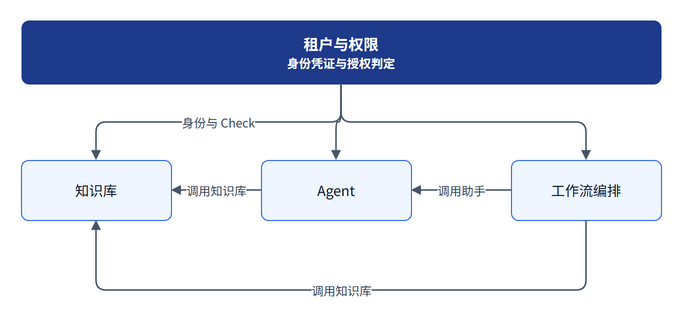
Earlier version of the draw.io export Bisheng-platform/服务依赖方向.png (LunaticPum/platform). Source tidied: cells renumbered, new cells last; positions are measured from the earlier drawing's top-left corner, leaving out a move shared by most shapes.
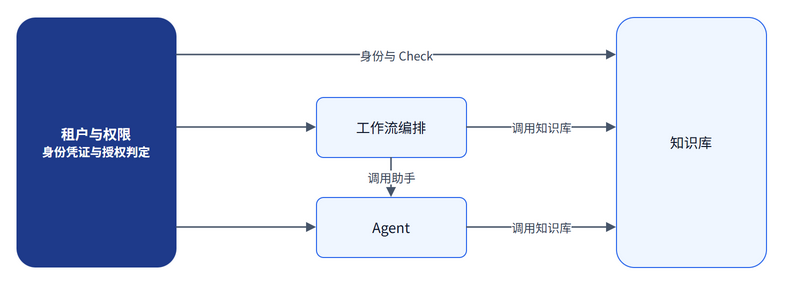
After the commit.

Diff of the diagram source:
```diff
@@ -2,40 +2,35 @@
   <root>
     <mxCell id="0" />
     <mxCell id="1" parent="0" />
-    <mxCell id="2" value="租户与权限&lt;br&gt;&lt;font style=&quot;font-size:12px&quot;&gt;身份凭证与授权判定&lt;/font&gt;" style="rounded=1;arcSize=12;whiteSpace=wrap;html=1;fillColor=#1E3A8A;strokeColor=none;fontColor=#FFFFFF;fontSize=15;fontStyle=1;fontFamily=Inter;fontSource=https%3A%2F%2Ffonts.googleapis.com%2Fcss%3Ffamily%3DInter;" parent="1" vertex="1">
-      <mxGeometry width="640" height="64" as="geometry" />
+    <mxCell id="2" value="租户与权限&lt;br&gt;&lt;font style=&quot;font-size:12px&quot;&gt;身份凭证与授权判定&lt;/font&gt;" style="rounded=1;arcSize=12;whiteSpace=wrap;html=1;fillColor=#1E3A8A;strokeColor=none;fontColor=#FFFFFF;fontSize=14;fontStyle=1;fontFamily=Inter;fontSource=https%3A%2F%2Ffonts.googleapis.com%2Fcss%3Ffamily%3DInter;" parent="1" vertex="1">
+      <mxGeometry width="160" height="250" as="geometry" />
     </mxCell>
+    <mxCell id="5" value="工作流编排" style="rounded=1;arcSize=12;whiteSpace=wrap;html=1;fillColor=#EFF6FF;strokeColor=#2563EB;fontColor=#0F172A;fontSize=14;fontFamily=Inter;fontSource=https%3A%2F%2Ffonts.googleapis.com%2Fcss%3Ffamily%3DInter;" parent="1" vertex="1">
+      <mxGeometry x="300" y="80" width="150" height="60" as="geometry" />
+    </mxCell>
+    <mxCell id="4" value="Agent" style="rounded=1;arcSize=12;whiteSpace=wrap;html=1;fillColor=#EFF6FF;strokeColor=#2563EB;fontColor=#0F172A;fontSize=14;fontFamily=Inter;fontSource=https%3A%2F%2Ffonts.googleapis.com%2Fcss%3Ffamily%3DInter;" parent="1" vertex="1">
+      <mxGeometry x="300" y="180" width="150" height="60" as="geometry" />
+    </mxCell>
     <mxCell id="3" value="知识库" style="rounded=1;arcSize=12;whiteSpace=wrap;html=1;fillColor=#EFF6FF;strokeColor=#2563EB;fontColor=#0F172A;fontSize=14;fontFamily=Inter;fontSource=https%3A%2F%2Ffonts.googleapis.com%2Fcss%3Ffamily%3DInter;" parent="1" vertex="1">
-      <mxGeometry y="140" width="150" height="60" as="geometry" />
+      <mxGeometry x="600" width="150" height="250" as="geometry" />
     </mxCell>
-    <mxCell id="4" value="Agent" style="rounded=1;arcSize=12;whiteSpace=wrap;html=1;fillColor=#EFF6FF;strokeColor=#2563EB;fontColor=#0F172A;fontSize=14;fontFamily=Inter;fontSource=https%3A%2F%2Ffonts.googleapis.com%2Fcss%3Ffamily%3DInter;" parent="1" vertex="1">
-      <mxGeometry x="240" y="140" width="150" height="60" as="geometry" />
-    </mxCell>
-    <mxCell id="5" value="工作流编排" style="rounded=1;arcSize=12;whiteSpace=wrap;html=1;fillColor=#EFF6FF;strokeColor=#2563EB;fontColor=#0F172A;fontSize=14;fontFamily=Inter;fontSource=https%3A%2F%2Ffonts.googleapis.com%2Fcss%3Ffamily%3DInter;" parent="1" vertex="1">
-      <mxGeometry x="490" y="140" width="150" height="60" as="geometry" />
-    </mxCell>
-    <mxCell id="6" value="身份与 Check" style="edgeStyle=orthogonalEdgeStyle;html=1;strokeColor=#475569;strokeWidth=1.5;endArrow=block;endFill=1;fontColor=#334155;fontSize=12;fontFamily=Inter;fontSource=https%3A%2F%2Ffonts.googleapis.com%2Fcss%3Ffamily%3DInter;labelBackgroundColor=default;defaultLabelBackgroundColor=gap;" parent="1" edge="1" source="2" target="3">
+    <mxCell id="6" value="身份与 Check" style="endArrow=block;endFill=1;html=1;strokeColor=#475569;strokeWidth=1.5;fontColor=#334155;fontSize=12;fontFamily=Inter;fontSource=https%3A%2F%2Ffonts.googleapis.com%2Fcss%3Ffamily%3DInter;labelBackgroundColor=default;exitX=1;exitY=0.15;entryX=0;entryY=0.15;" parent="1" edge="1" source="2" target="3">
       <mxGeometry relative="1" as="geometry" />
     </mxCell>
-    <mxCell id="7" style="edgeStyle=orthogonalEdgeStyle;html=1;strokeColor=#475569;strokeWidth=1.5;endArrow=block;endFill=1;" parent="1" edge="1" source="2" target="4">
+    <mxCell id="7" style="endArrow=block;endFill=1;html=1;strokeColor=#475569;strokeWidth=1.5;exitX=1;exitY=0.44;entryX=0;entryY=0.5;" parent="1" edge="1" source="2" target="5">
       <mxGeometry relative="1" as="geometry" />
     </mxCell>
-    <mxCell id="8" style="edgeStyle=orthogonalEdgeStyle;html=1;strokeColor=#475569;strokeWidth=1.5;endArrow=block;endFill=1;" parent="1" edge="1" source="2" target="5">
+    <mxCell id="8" style="endArrow=block;endFill=1;html=1;strokeColor=#475569;strokeWidth=1.5;exitX=1;exitY=0.84;entryX=0;entryY=0.5;" parent="1" edge="1" source="2" target="4">
       <mxGeometry relative="1" as="geometry" />
     </mxCell>
-    <mxCell id="9" value="调用知识库" style="edgeStyle=orthogonalEdgeStyle;html=1;strokeColor=#475569;strokeWidth=1.5;endArrow=block;endFill=1;fontColor=#334155;fontSize=12;fontFamily=Inter;fontSource=https%3A%2F%2Ffonts.googleapis.com%2Fcss%3Ffamily%3DInter;labelBackgroundColor=default;defaultLabelBackgroundColor=gap;" parent="1" edge="1" source="4" target="3">
+    <mxCell id="9" value="调用知识库" style="endArrow=block;endFill=1;html=1;strokeColor=#475569;strokeWidth=1.5;fontColor=#334155;fontSize=12;fontFamily=Inter;fontSource=https%3A%2F%2Ffonts.googleapis.com%2Fcss%3Ffamily%3DInter;labelBackgroundColor=default;exitX=1;exitY=0.5;entryX=0;entryY=0.44;" parent="1" edge="1" source="5" target="3">
       <mxGeometry relative="1" as="geometry" />
     </mxCell>
-    <mxCell id="10" value="调用助手" style="edgeStyle=orthogonalEdgeStyle;html=1;strokeColor=#475569;strokeWidth=1.5;endArrow=block;endFill=1;fontColor=#334155;fontSize=12;fontFamily=Inter;fontSource=https%3A%2F%2Ffonts.googleapis.com%2Fcss%3Ffamily%3DInter;labelBackgroundColor=default;defaultLabelBackgroundColor=gap;" parent="1" edge="1" source="5" target="4">
+    <mxCell id="10" value="调用知识库" style="endArrow=block;endFill=1;html=1;strokeColor=#475569;strokeWidth=1.5;fontColor=#334155;fontSize=12;fontFamily=Inter;fontSource=https%3A%2F%2Ffonts.googleapis.com%2Fcss%3Ffamily%3DInter;labelBackgroundColor=default;exitX=1;exitY=0.5;entryX=0;entryY=0.84;" parent="1" edge="1" source="4" target="3">
       <mxGeometry relative="1" as="geometry" />
     </mxCell>
-    <mxCell id="11" value="调用知识库" style="edgeStyle=orthogonalEdgeStyle;html=1;exitX=0.5;exitY=1;entryX=0.5;entryY=1;strokeColor=#475569;strokeWidth=1.5;endArrow=block;endFill=1;fontColor=#334155;fontSize=12;fontFamily=Inter;fontSource=https%3A%2F%2Ffonts.googleapis.com%2Fcss%3Ffamily%3DInter;labelBackgroundColor=default;defaultLabelBackgroundColor=gap;" parent="1" edge="1" source="5" target="3">
-      <mxGeometry relative="1" as="geometry">
-        <Array as="points">
-          <mxPoint x="565" y="270" />
-          <mxPoint x="75" y="270" />
-        </Array>
-      </mxGeometry>
+    <mxCell id="11" value="调用助手" style="endArrow=block;endFill=1;html=1;strokeColor=#475569;strokeWidth=1.5;fontColor=#334155;fontSize=12;fontFamily=Inter;fontSource=https%3A%2F%2Ffonts.googleapis.com%2Fcss%3Ffamily%3DInter;labelBackgroundColor=default;exitX=0.5;exitY=1;entryX=0.5;entryY=0;" parent="1" edge="1" source="5" target="4">
+      <mxGeometry relative="1" as="geometry" />
     </mxCell>
   </root>
 </mxGraphModel>
```
